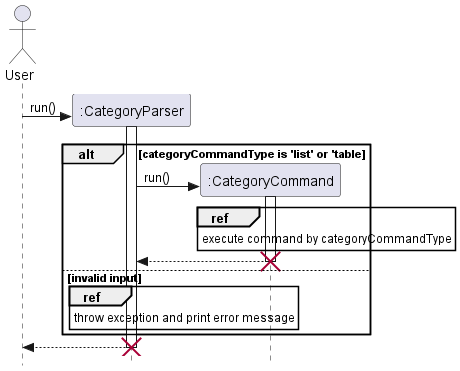
Earlier version of the PlantUML export docs/UML/Category/CategoryParser.png (nus-cs2113-AY2223S2/tp).
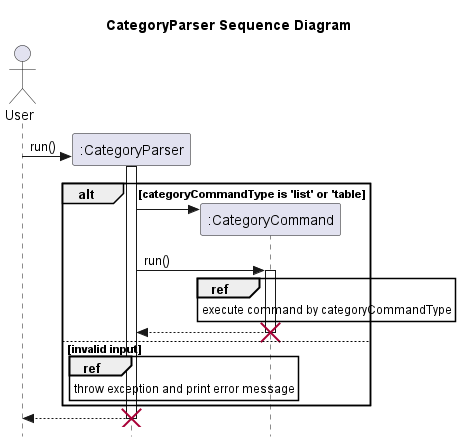
After the change.

What changed in the source:
```diff
@@ -1,12 +1,13 @@
 @startuml
+title CategoryParser Sequence Diagram
 
-
+skinparam style strictuml
 actor User
-skinparam style strictuml
 User -> ":CategoryParser"**: run()
 activate ":CategoryParser"
 alt categoryCommandType is 'list' or 'table
-    ":CategoryParser" -> ":CategoryCommand"**: run()
+    ":CategoryParser" -> ":CategoryCommand"**:
+    ":CategoryParser" -> ":CategoryCommand": run()
     activate ":CategoryCommand"
     ref over ":CategoryCommand"
         execute command by categoryCommandType
```
